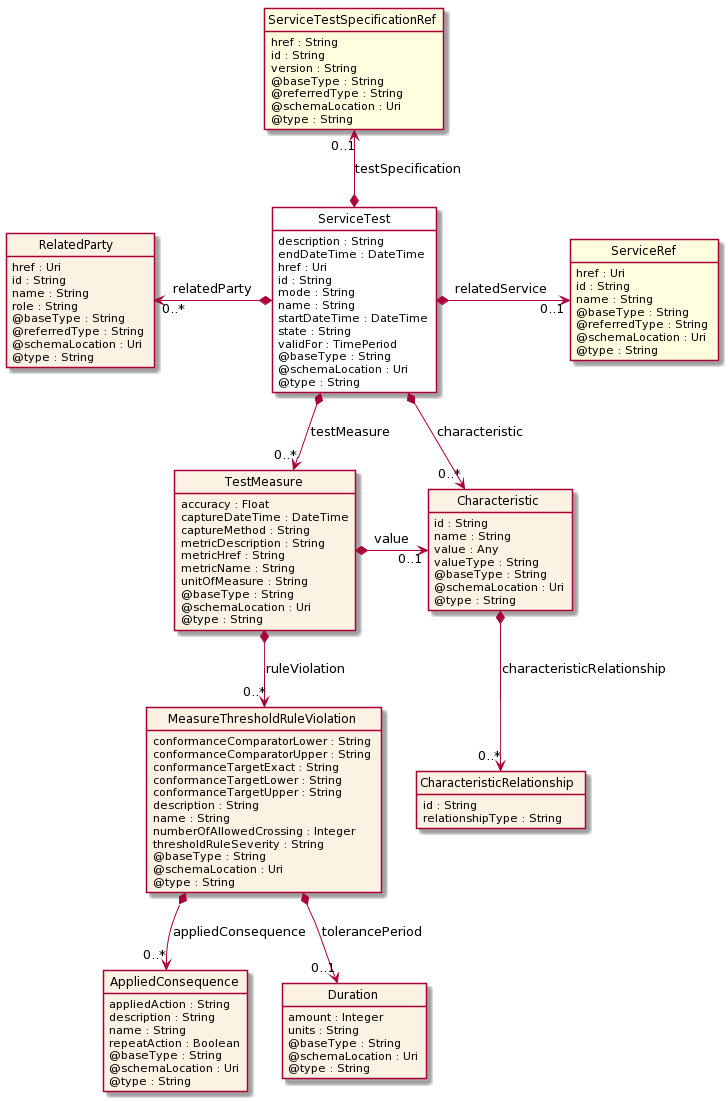
The PlantUML diagram apis/TMF653_Service_Test/documentation/diagrams/Resource_ServiceTest.png in tmforum-apis/Open_Api_And_Data_Model, before a commit.
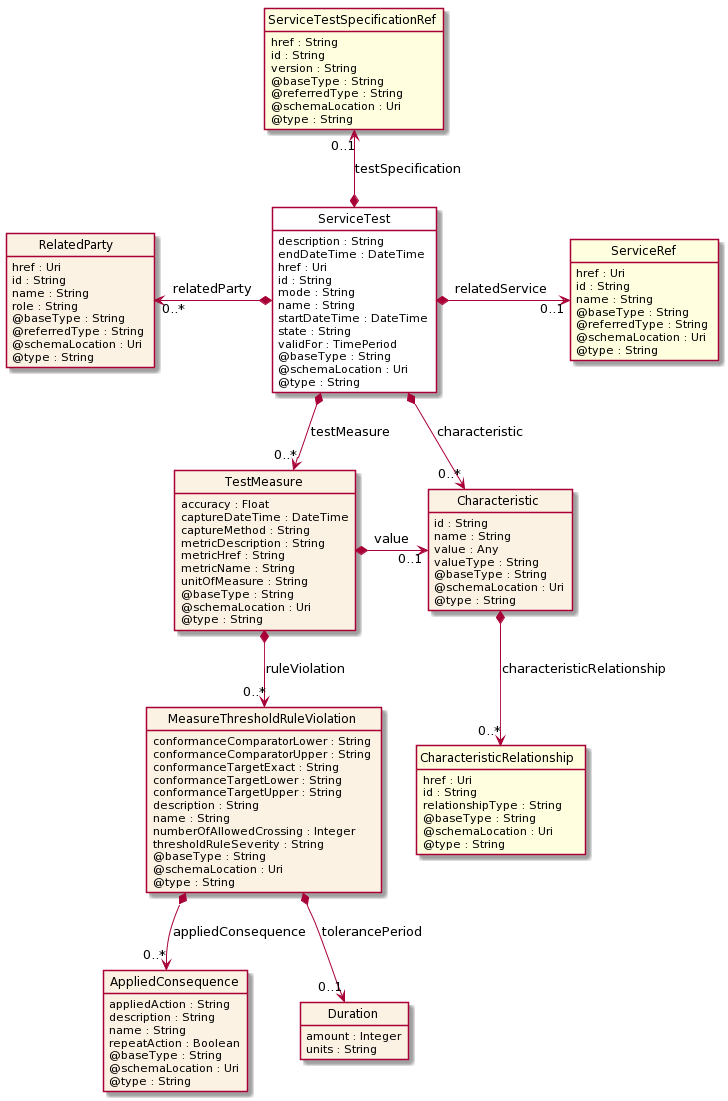
Later version of the same file.

Diff of the diagram source:
```diff
@@ -66,9 +66,6 @@
 class Duration  {
     amount : Integer
     units : String
-    @baseType : String
-    @schemaLocation : Uri
-    @type : String
 }
 
 class Characteristic  {
@@ -81,9 +78,13 @@
     @type : String
 }
 
-class CharacteristicRelationship  {
+class CharacteristicRelationship  <<Ref>> {
+    href : Uri
     id : String
     relationshipType : String
+    @baseType : String
+    @schemaLocation : Uri
+    @type : String
 }
 
 class RelatedParty  {
```
